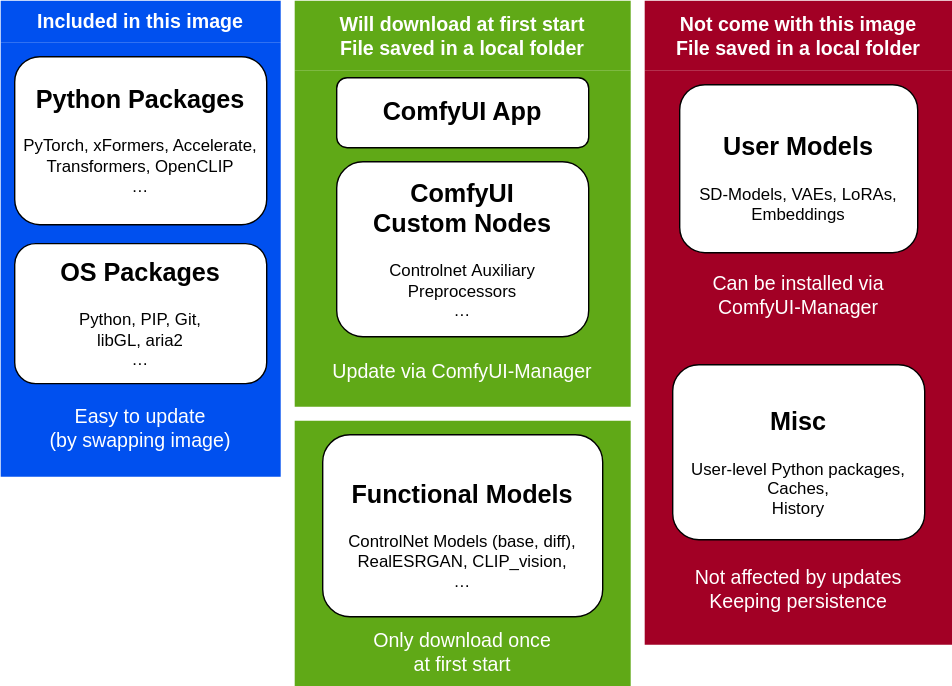
The draw.io diagram docs/chart-concept.svg in YanWenKun/ComfyUI-Docker, before a commit. Source tidied: cells renumbered, new cells last; positions are measured from the earlier drawing's top-left corner, leaving out a move shared by most shapes.
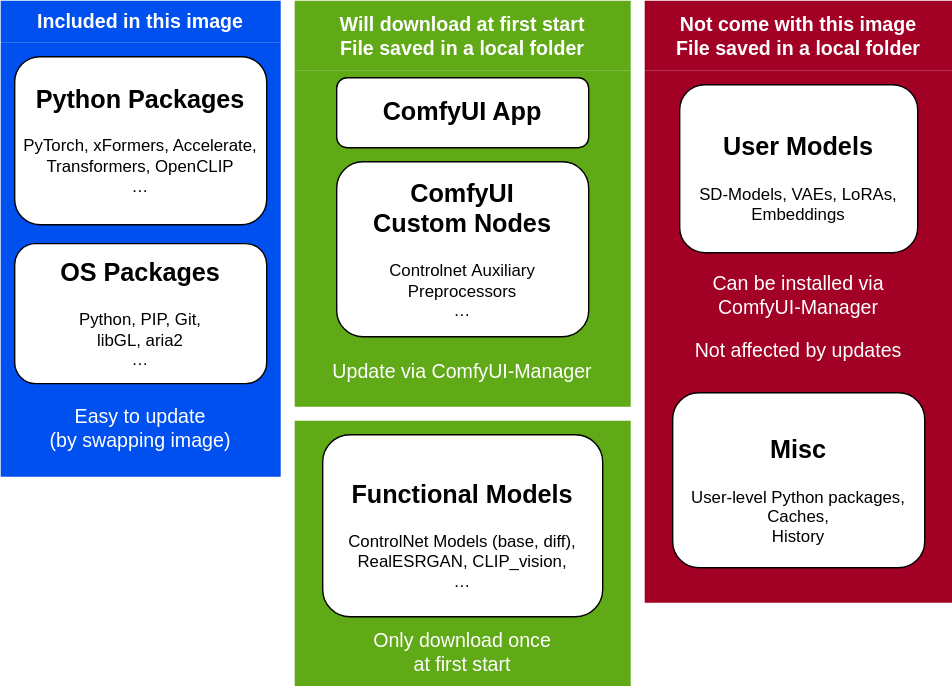
Above is the later version.

The edit, as a diff of the source:
```diff
@@ -27,16 +27,16 @@
       <mxGeometry y="250" width="240" height="30" as="geometry" />
     </mxCell>
     <mxCell id="10" value="Not come with this image&lt;br&gt;File saved in a local folder" style="swimlane;whiteSpace=wrap;html=1;fontSize=14;fillColor=#a20025;fontColor=#ffffff;strokeColor=none;swimlaneLine=0;swimlaneFillColor=#A20025;startSize=50;" parent="1" vertex="1">
-      <mxGeometry x="460" width="220" height="460" as="geometry" />
+      <mxGeometry x="460" width="220" height="430" as="geometry" />
     </mxCell>
     <mxCell id="11" value="&lt;h2&gt;User Models&lt;/h2&gt;&lt;div&gt;SD-Models, VAEs, LoRAs,&lt;/div&gt;&lt;div&gt;Embeddings&lt;/div&gt;" style="rounded=1;whiteSpace=wrap;html=1;" parent="10" vertex="1">
       <mxGeometry x="25" y="60" width="170" height="120" as="geometry" />
     </mxCell>
     <mxCell id="12" value="&lt;h2&gt;Misc&lt;/h2&gt;User-level Python packages,&lt;br&gt;Caches,&lt;br&gt;History" style="rounded=1;whiteSpace=wrap;html=1;glass=0;" parent="10" vertex="1">
-      <mxGeometry x="20" y="260" width="180" height="125" as="geometry" />
+      <mxGeometry x="20" y="280" width="180" height="125" as="geometry" />
     </mxCell>
-    <mxCell id="13" value="Not affected by updates&lt;br&gt;Keeping persistence" style="text;html=1;align=center;verticalAlign=middle;whiteSpace=wrap;rounded=0;fontColor=#FFFFFF;fontSize=14;" parent="10" vertex="1">
-      <mxGeometry y="400" width="220" height="40" as="geometry" />
+    <mxCell id="13" value="Not affected by updates" style="text;html=1;align=center;verticalAlign=middle;whiteSpace=wrap;rounded=0;fontColor=#FFFFFF;fontSize=14;" parent="10" vertex="1">
+      <mxGeometry y="230" width="220" height="40" as="geometry" />
     </mxCell>
     <mxCell id="14" value="Can be installed via&lt;br style=&quot;border-color: var(--border-color);&quot;&gt;ComfyUI-Manager" style="text;html=1;align=center;verticalAlign=middle;whiteSpace=wrap;rounded=0;fontColor=#FFFFFF;fontSize=14;" parent="10" vertex="1">
       <mxGeometry y="190" width="220" height="40" as="geometry" />
```
